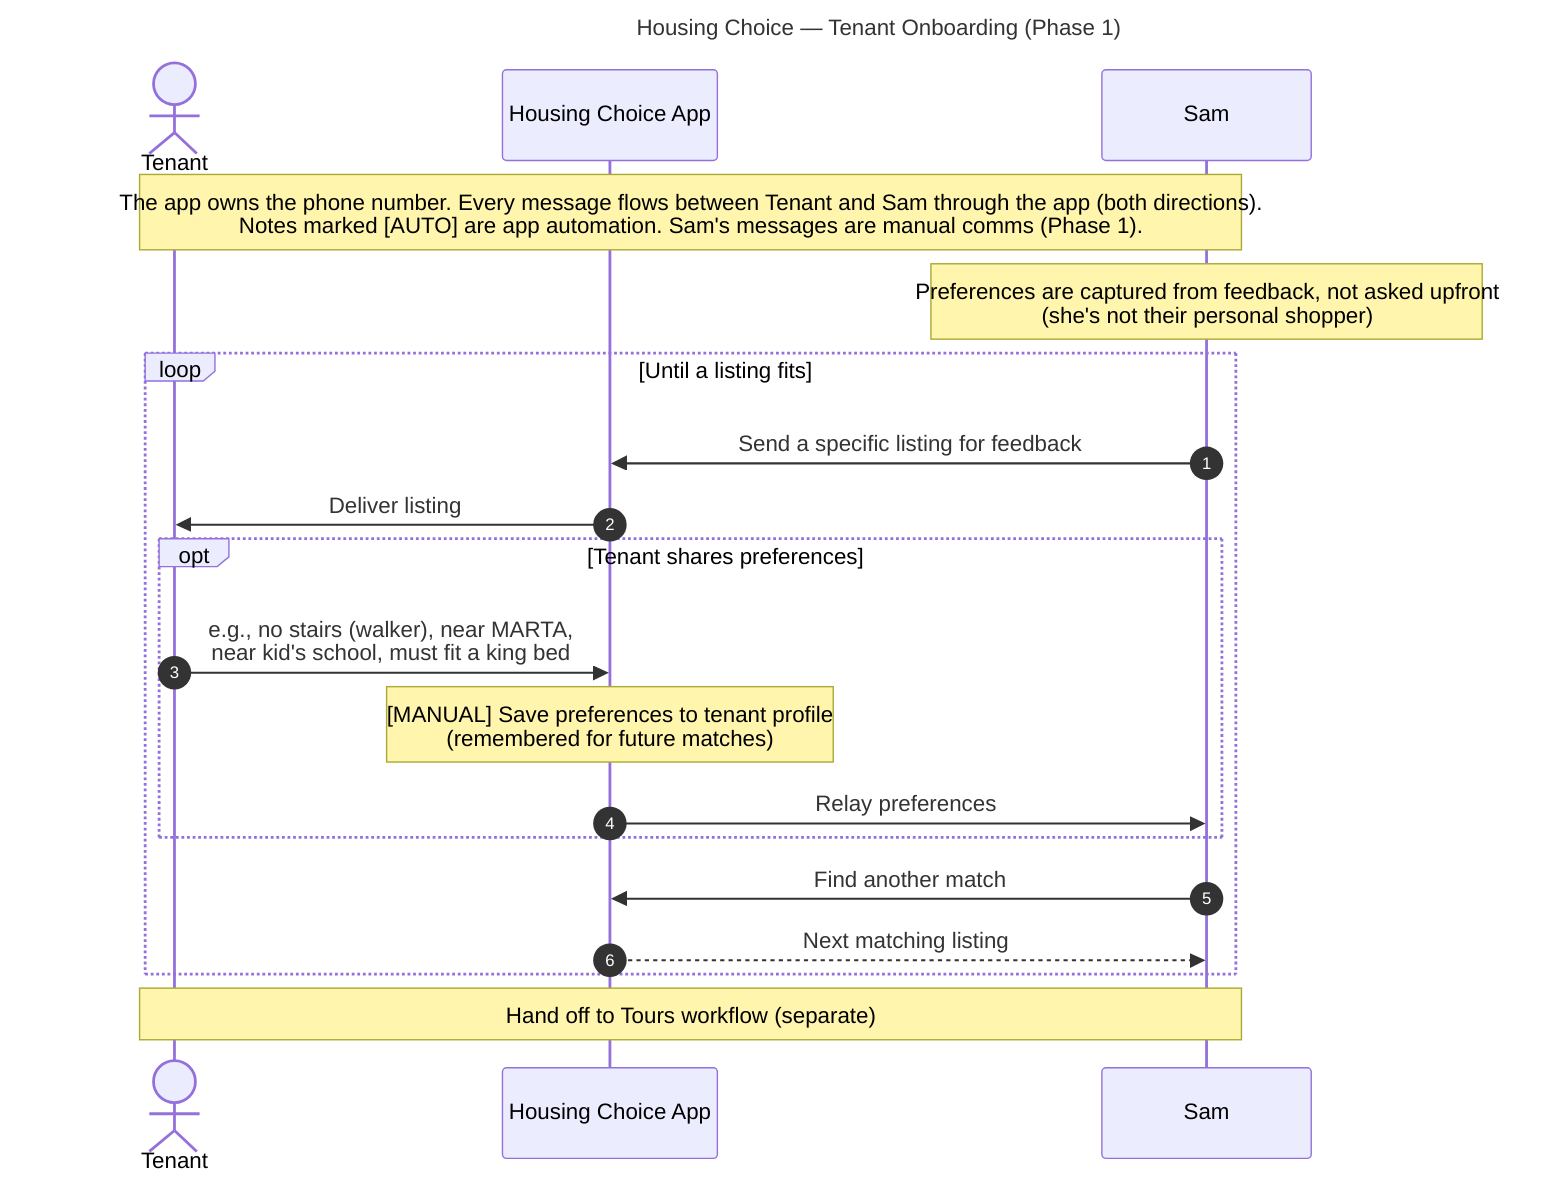
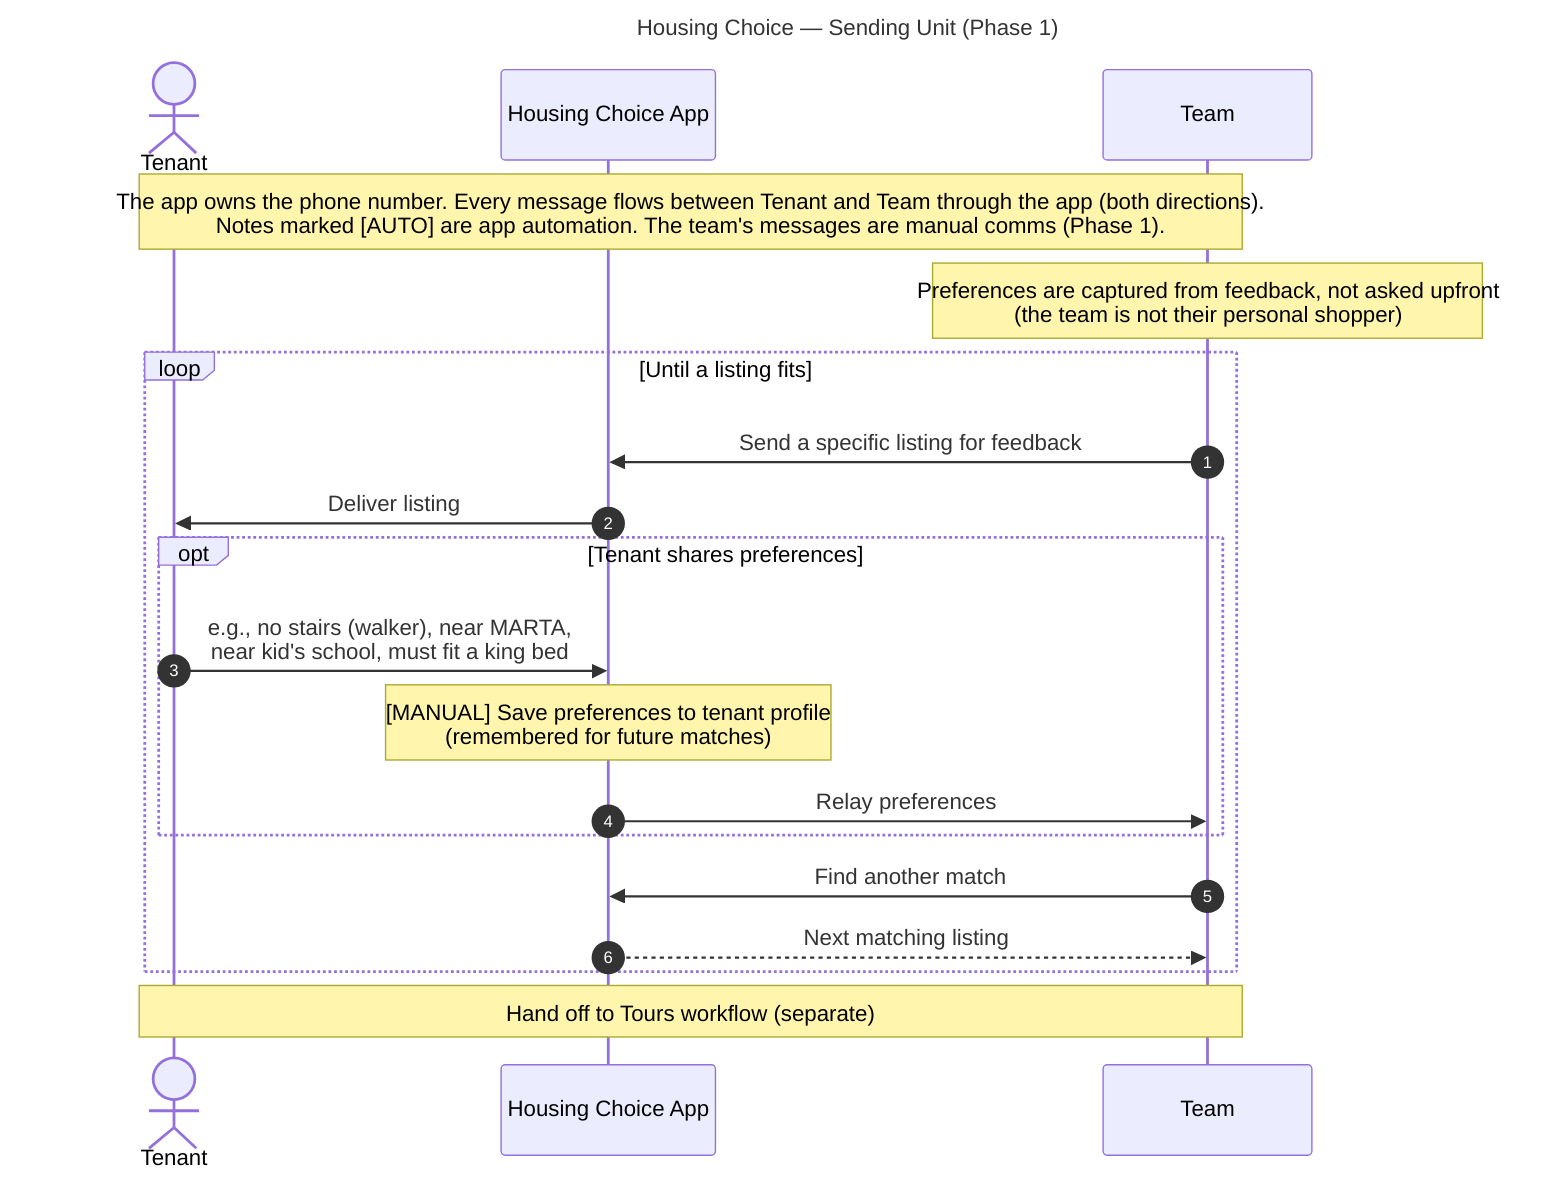
---
- title: Housing Choice — Tenant Onboarding (Phase 1)
+ title: Housing Choice — Sending Unit (Phase 1)
---
sequenceDiagram
    autonumber
    actor T as Tenant
    participant A as Housing Choice App
-     participant S as Sam
-     Note over T,S: The app owns the phone number. Every message flows between Tenant and Sam through the app (both directions).<br/>Notes marked [AUTO] are app automation. Sam's messages are manual comms (Phase 1).
-     Note over S: Preferences are captured from feedback, not asked upfront<br/>(she's not their personal shopper)
+     participant S as Team
+     Note over T,S: The app owns the phone number. Every message flows between Tenant and Team through the app (both directions).<br/>Notes marked [AUTO] are app automation. The team's messages are manual comms (Phase 1).
+     Note over S: Preferences are captured from feedback, not asked upfront<br/>(the team is not their personal shopper)
    loop Until a listing fits
        S->>A: Send a specific listing for feedback
        A->>T: Deliver listing
        opt Tenant shares preferences
            T->>A: e.g., no stairs (walker), near MARTA,<br/>near kid's school, must fit a king bed
            Note over A: [MANUAL] Save preferences to tenant profile<br/>(remembered for future matches)
            A->>S: Relay preferences
        end
        S->>A: Find another match
        A-->>S: Next matching listing
    end
-     Note over T,S: Hand off to Tours workflow (separate)+     Note over T,S: Hand off to Tours workflow (separate)
